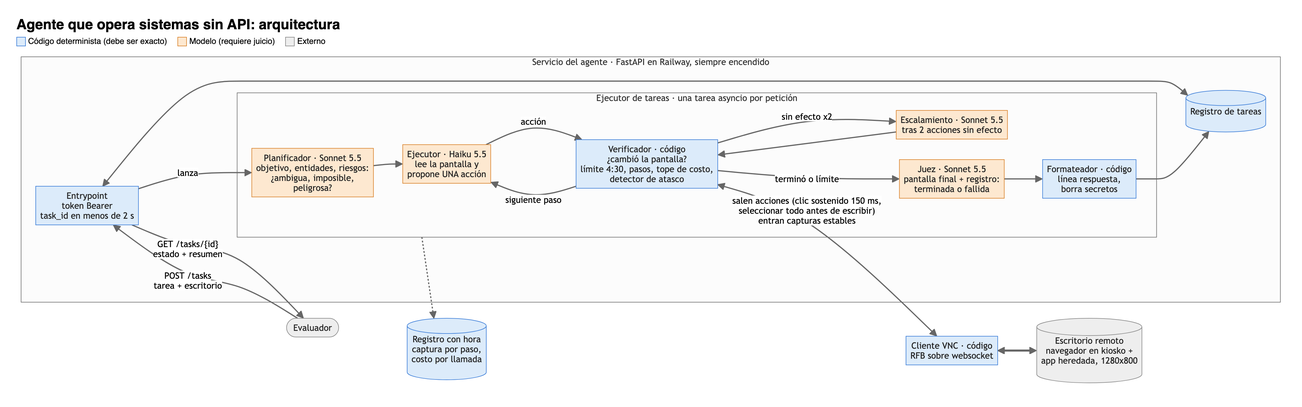
The Mermaid diagram docs/architecture.png in Jdtorres59/agente-sin-api, before a commit. Its source is kept beside it as docs/architecture.mmd.
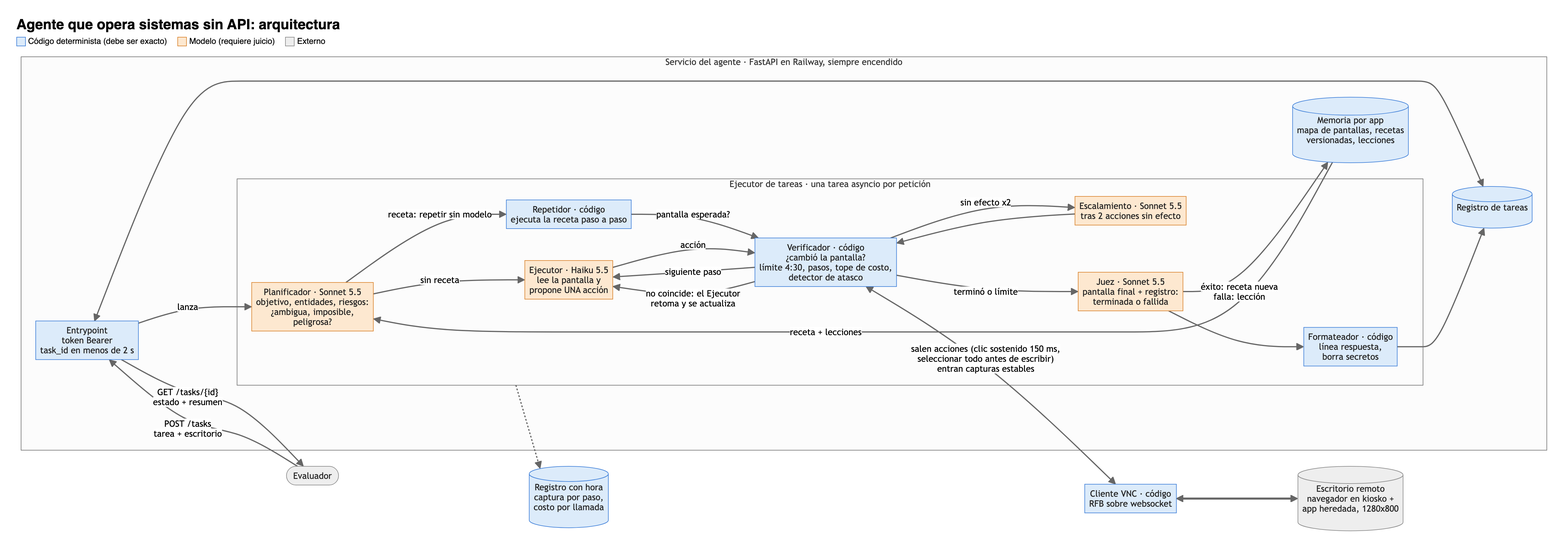
The same file after the commit.

Commit message:
Diseño: ciclo de aprendizaje compuesto con memoria por app, recetas verificadas y lecciones

Change to the diagram source:
```diff
@@ -14,7 +14,9 @@
       ESC["Escalamiento · Sonnet 5.5<br/>tras 2 acciones sin efecto"]
       JUDGE["Juez · Sonnet 5.5<br/>pantalla final + registro:<br/>terminada o fallida"]
       FMT["Formateador · código<br/>línea respuesta,<br/>borra secretos"]
-      PLAN --> EXEC
+      PLAN -->|sin receta| EXEC
+      PLAN -->|"receta: repetir sin modelo"| REP["Repetidor · código<br/>ejecuta la receta paso a paso"]
+      REP -->|pantalla esperada?| VER
       EXEC -->|acción| VER
       VER -->|siguiente paso| EXEC
       VER -->|sin efecto x2| ESC
@@ -22,6 +24,10 @@
       VER -->|terminó o límite| JUDGE
       JUDGE --> FMT
     end
+    MEM[("Memoria por app<br/>mapa de pantallas, recetas<br/>versionadas, lecciones")]
+    MEM -->|receta + lecciones| PLAN
+    JUDGE -->|"éxito: receta nueva<br/>falla: lección"| MEM
+    VER -->|"no coincide: el Ejecutor<br/>retoma y se actualiza"| EXEC
     API -->|lanza| PLAN
     FMT --> STORE
   end
@@ -34,5 +40,5 @@
   classDef code fill:#dcebfa,stroke:#3b7dd8,color:#222;
   classDef ext fill:#eeeeee,stroke:#888,color:#222;
   class PLAN,EXEC,ESC,JUDGE model;
-  class API,VER,FMT,VNC,STORE,LOG code;
+  class API,VER,FMT,VNC,STORE,LOG,REP,MEM code;
   class G,DESK ext;
```
